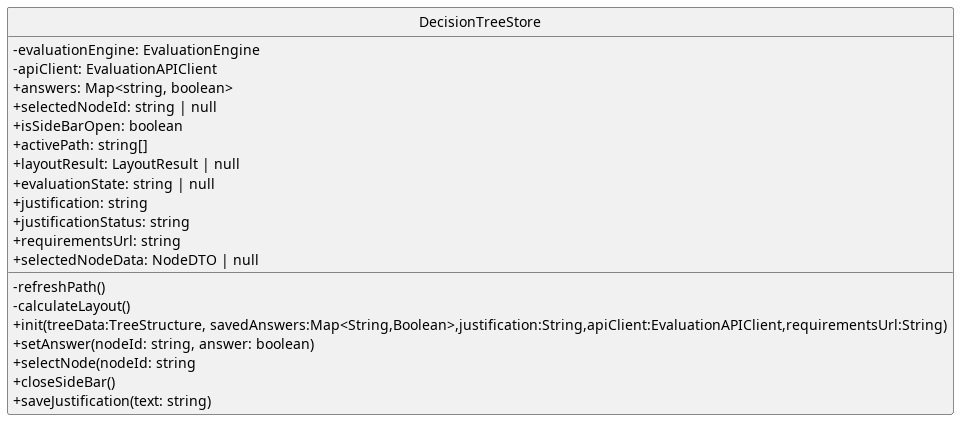
This is src/PB/DocumentazioneEsterna/Specifica_Tecnica/content/05-diagrammi-classi/uml/png/frontend/DecisionTreeStore.png from GroupRubberDuck/Documentazione, a PlantUML export, as it was before one commit.
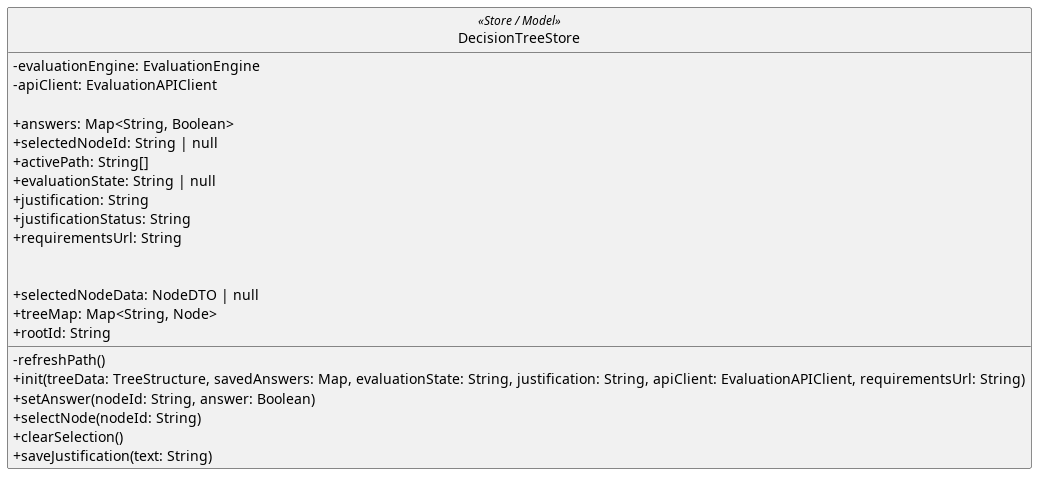
The same diagram one commit later.

The edit, as a diff of the source:
```diff
@@ -6,29 +6,28 @@
 skinparam packageStyle rectangle
 skinparam style strictuml
 
-class DecisionTreeStore{
+class DecisionTreeStore <<Store / Model>> {
+    - evaluationEngine: EvaluationEngine
+    - apiClient: EvaluationAPIClient
 
-        - evaluationEngine: EvaluationEngine
-        - apiClient: EvaluationAPIClient
-+ answers: Map<string, boolean>
-    + selectedNodeId: string | null
-    + isSideBarOpen: boolean
-    + activePath: string[]
-    + layoutResult: LayoutResult | null
-    + evaluationState: string | null
-    + justification: string
-    + justificationStatus: string
-    + requirementsUrl: string
+    + answers: Map<String, Boolean>
+    + selectedNodeId: String | null
+    + activePath: String[]
+    + evaluationState: String | null
+    + justification: String
+    + justificationStatus: String
+    + requirementsUrl: String
+
+
     + selectedNodeData: NodeDTO | null
+    + treeMap: Map<String, Node>
+    + rootId: String
 
     - refreshPath()
-    - calculateLayout()
-    + init(treeData:TreeStructure, savedAnswers:Map<String,Boolean>,justification:String,apiClient:EvaluationAPIClient,requirementsUrl:String)
-    + setAnswer(nodeId: string, answer: boolean)
-    + selectNode(nodeId: string
-    + closeSideBar()
-    + saveJustification(text: string)
-
+    + init(treeData: TreeStructure, savedAnswers: Map, evaluationState: String, justification: String, apiClient: EvaluationAPIClient, requirementsUrl: String)
+    + setAnswer(nodeId: String, answer: Boolean)
+    + selectNode(nodeId: String)
+    + clearSelection()
+    + saveJustification(text: String)
 }
-
 @enduml
```
